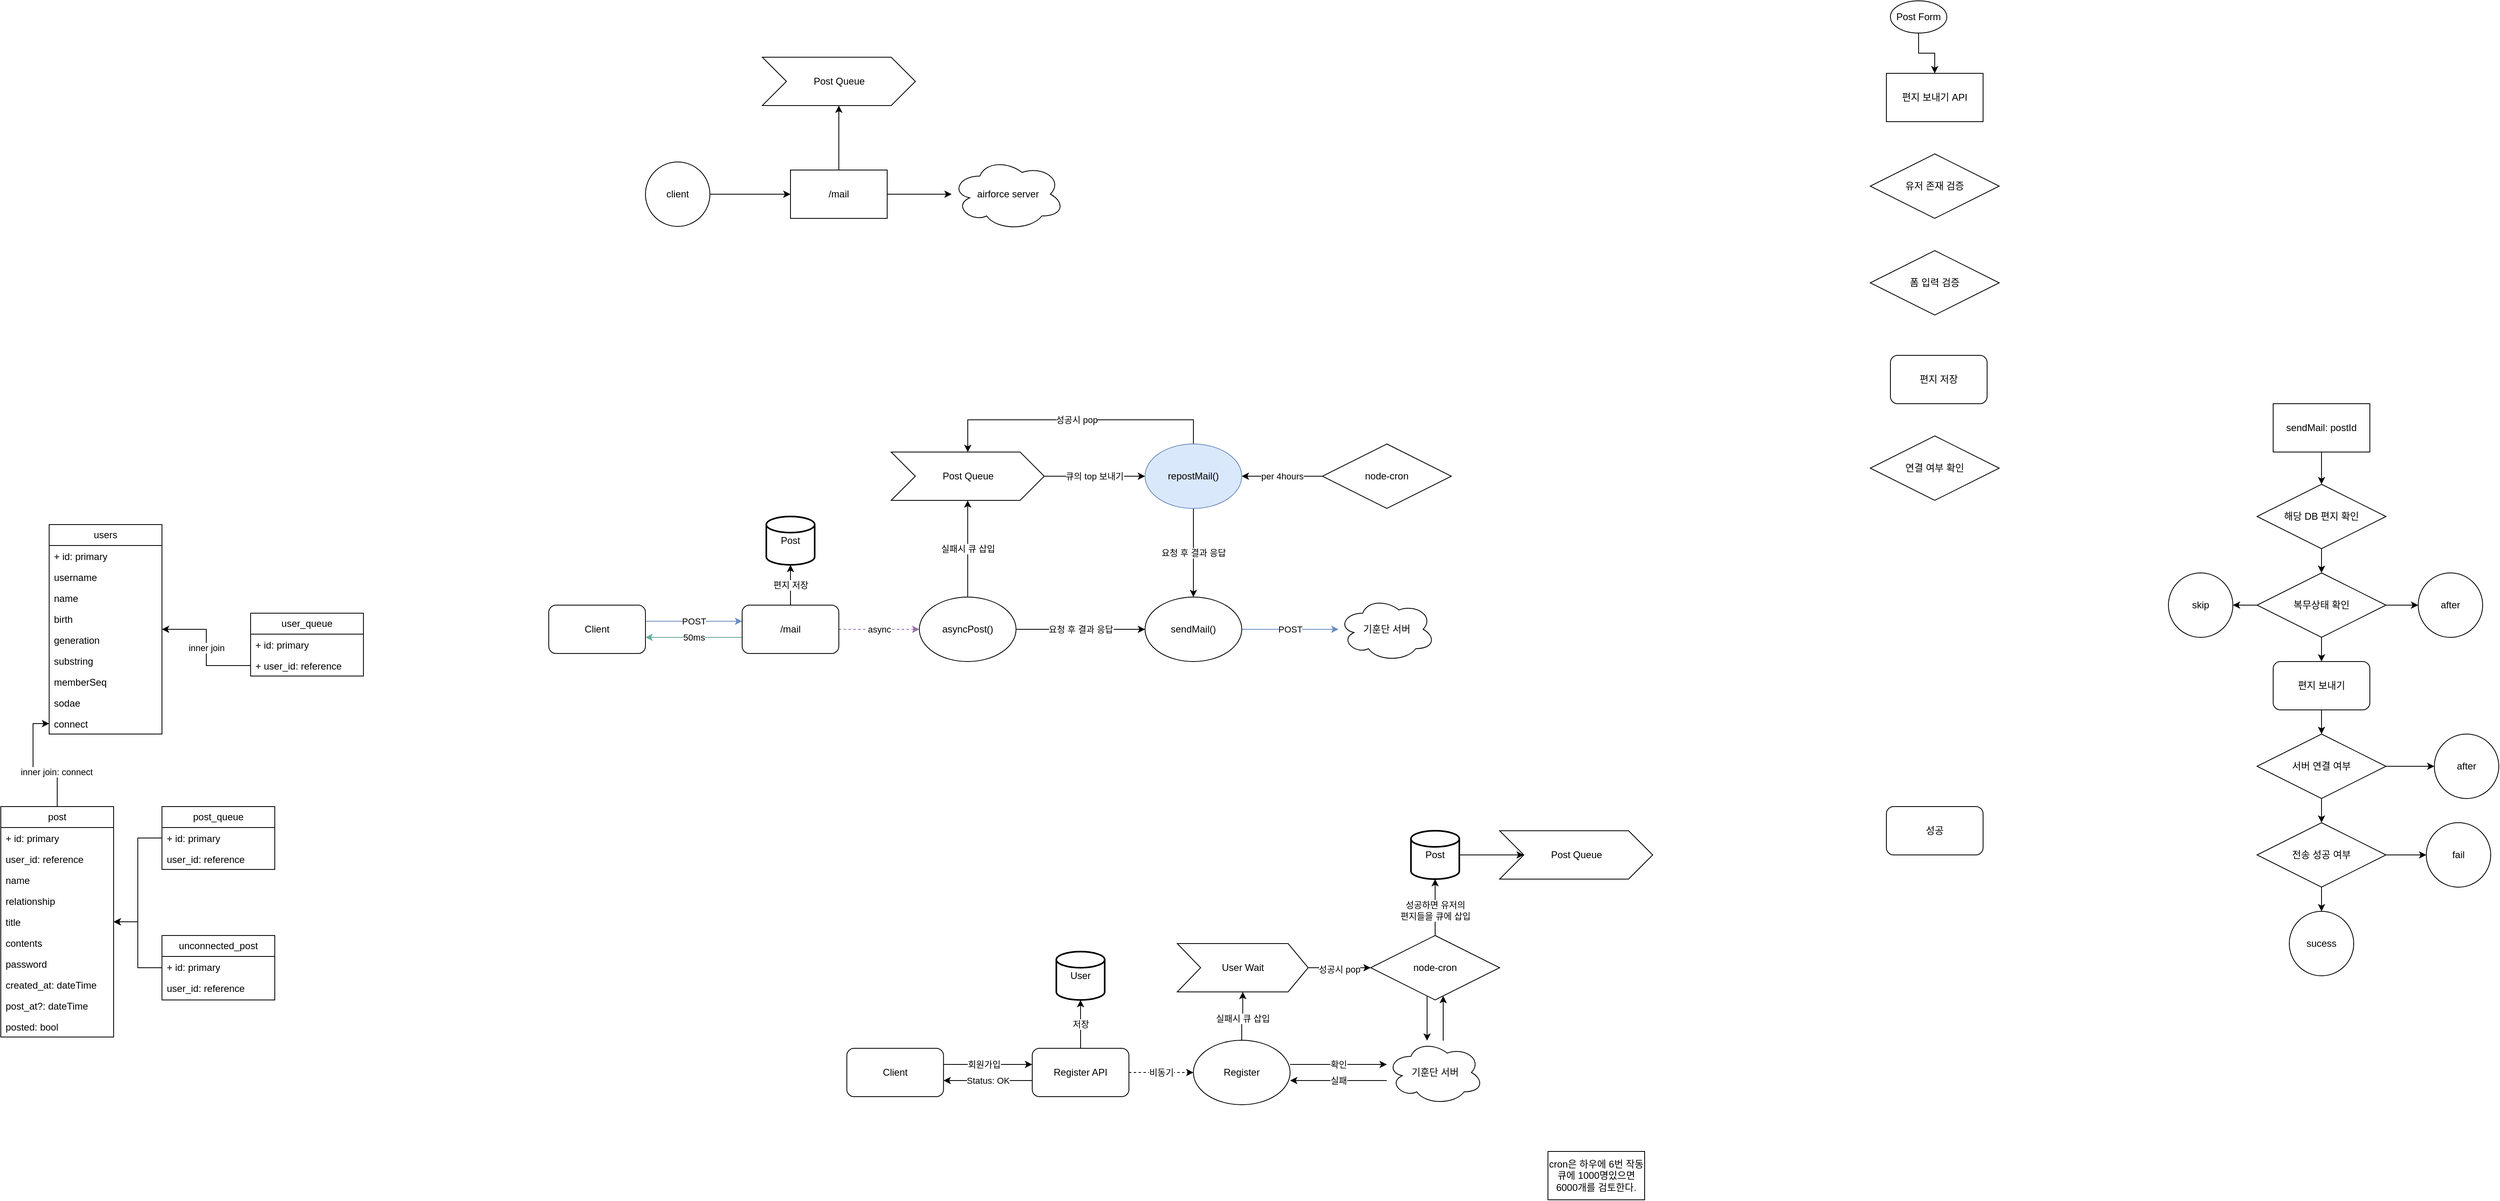
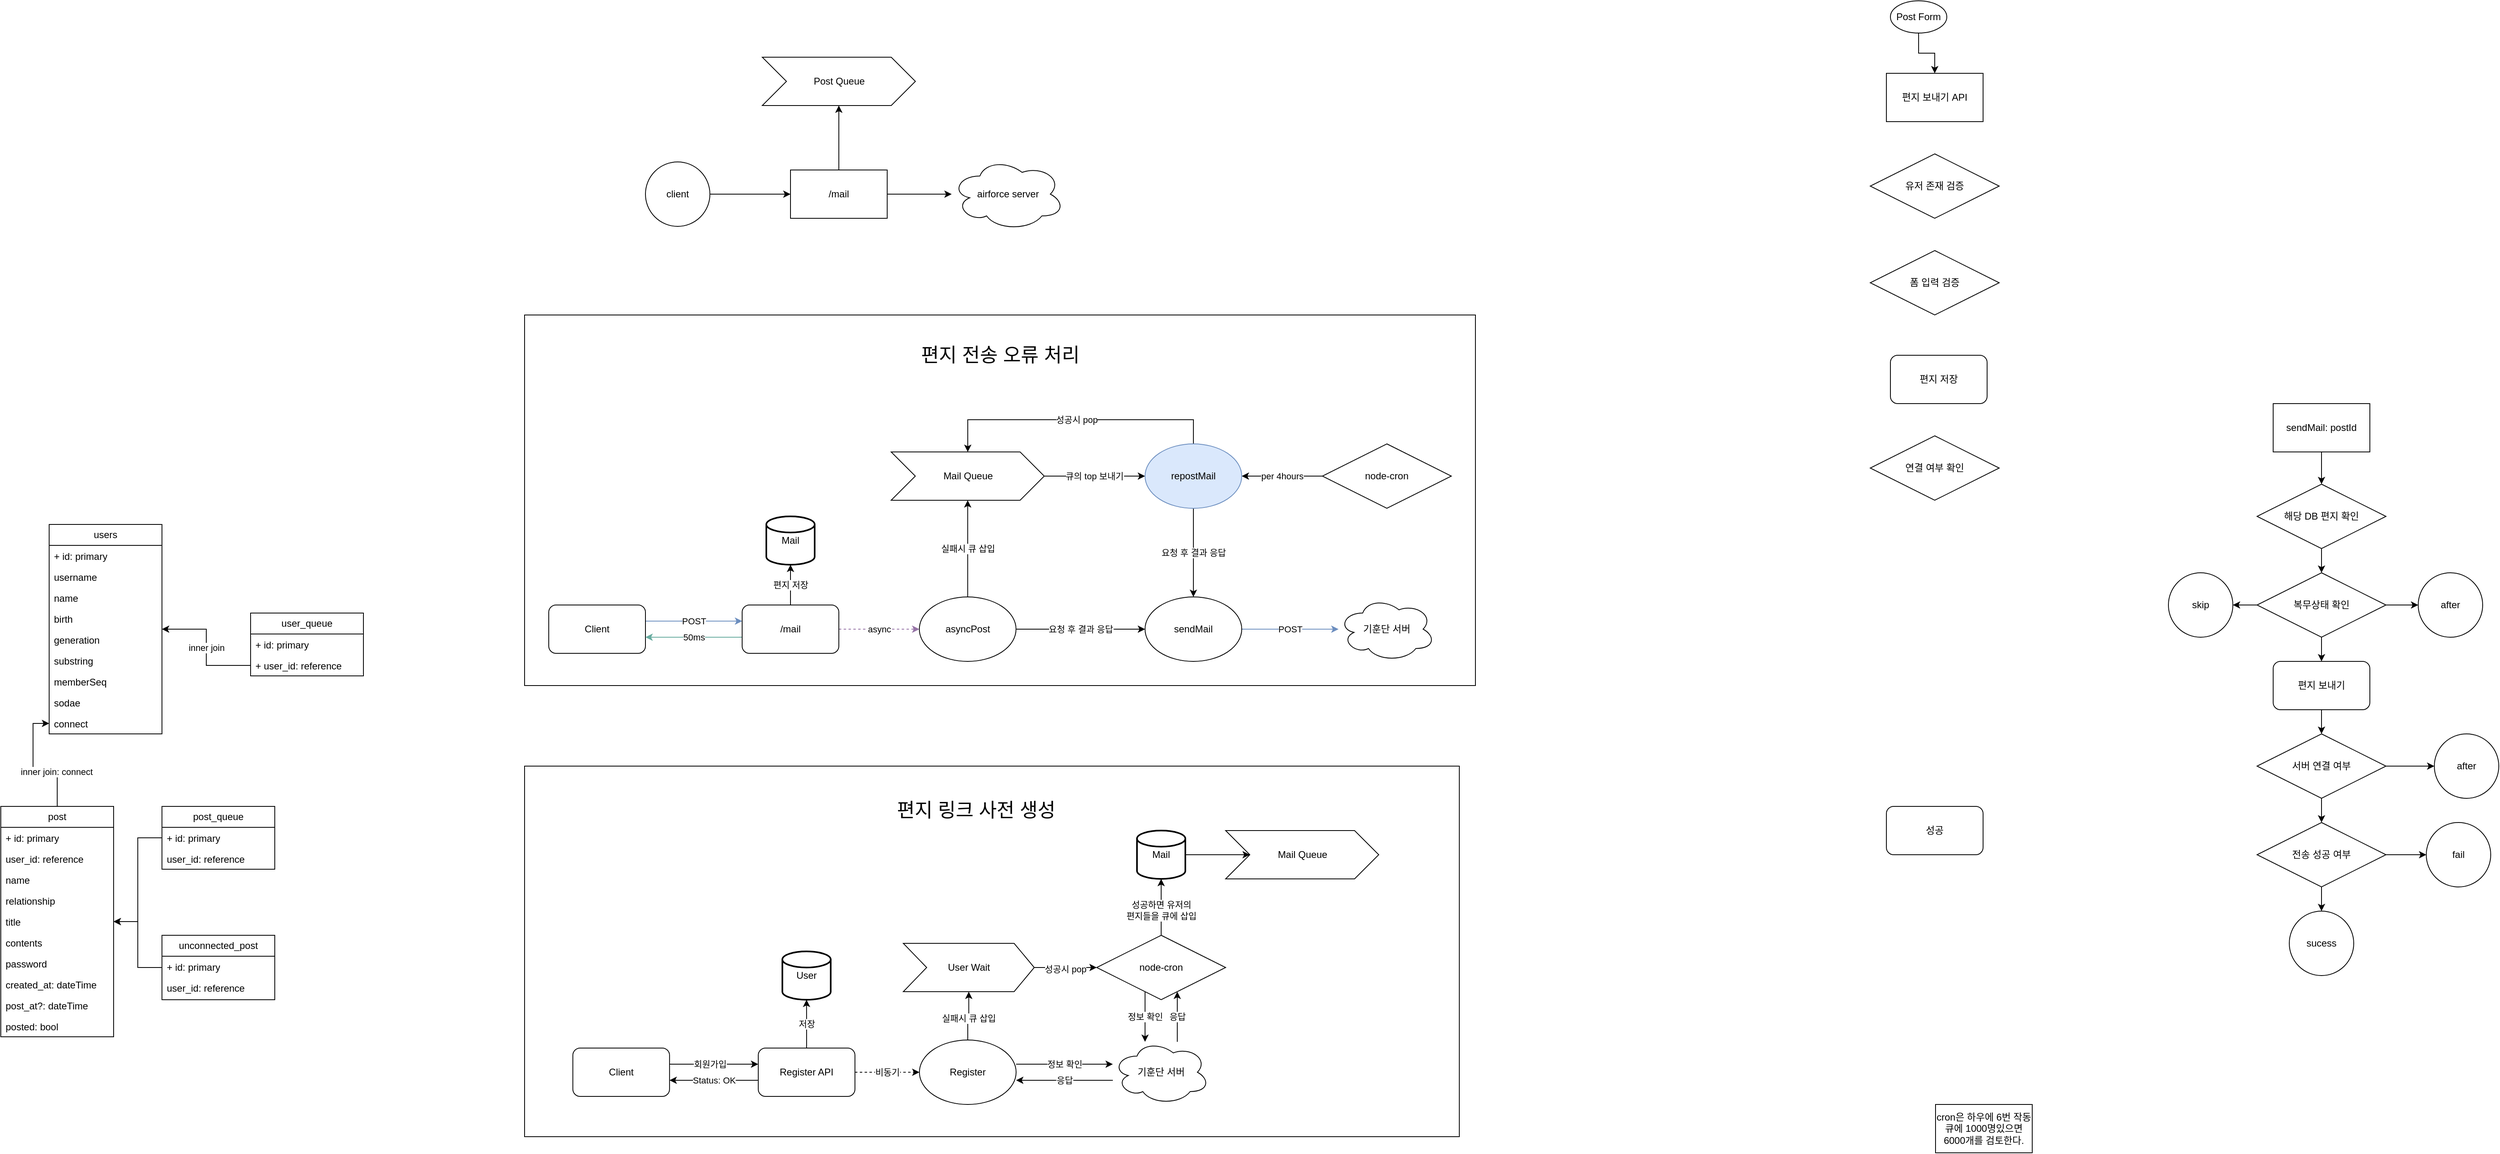
- <mxfile host="app.diagrams.net" modified="2024-04-19T05:51:50.653Z" agent="Mozilla/5.0 (Windows NT 10.0; Win64; x64) AppleWebKit/537.36 (KHTML, like Gecko) Chrome/98.0.4758.102 Safari/537.36" etag="6w4jhZgj-63KZJ7yp9oT" version="24.2.5" type="github">
+ <mxfile host="app.diagrams.net" modified="2024-04-21T07:41:50.986Z" agent="Mozilla/5.0 (Windows NT 10.0; Win64; x64) AppleWebKit/537.36 (KHTML, like Gecko) Chrome/124.0.0.0 Safari/537.36" etag="vN5u7WciTE8FG1vGL8eT" version="24.2.7" type="github">
  <diagram name="페이지-1" id="YYIqQqlZSumYDMB_ZiYN">
-     <mxGraphModel dx="2390" dy="2442" grid="1" gridSize="10" guides="1" tooltips="1" connect="1" arrows="1" fold="1" page="1" pageScale="1" pageWidth="827" pageHeight="1169" math="0" shadow="0">
+     <mxGraphModel dx="1509" dy="1954" grid="1" gridSize="10" guides="1" tooltips="1" connect="1" arrows="1" fold="1" page="1" pageScale="1" pageWidth="827" pageHeight="1169" math="0" shadow="0">
      <root>
        <mxCell id="0" />
        <mxCell id="1" parent="0" />
+         <mxCell id="tpOvkQPWunvHwrgow_rU-3" value="" style="rounded=0;whiteSpace=wrap;html=1;" vertex="1" parent="1">
+           <mxGeometry x="730" y="550" width="1160" height="460" as="geometry" />
+         </mxCell>
+         <mxCell id="tpOvkQPWunvHwrgow_rU-2" value="" style="rounded=0;whiteSpace=wrap;html=1;" vertex="1" parent="1">
+           <mxGeometry x="730" y="-10" width="1180" height="460" as="geometry" />
+         </mxCell>
        <mxCell id="AZsRamwOxZUp80OkMe_C-2" value="users" style="swimlane;fontStyle=0;childLayout=stackLayout;horizontal=1;startSize=26;fillColor=none;horizontalStack=0;resizeParent=1;resizeParentMax=0;resizeLast=0;collapsible=1;marginBottom=0;whiteSpace=wrap;html=1;" parent="1" vertex="1">
          <mxGeometry x="140" y="250" width="140" height="260" as="geometry" />
        </mxCell>
        <mxCell id="AZsRamwOxZUp80OkMe_C-3" value="+ id: primary" style="text;strokeColor=none;fillColor=none;align=left;verticalAlign=top;spacingLeft=4;spacingRight=4;overflow=hidden;rotatable=0;points=[[0,0.5],[1,0.5]];portConstraint=eastwest;whiteSpace=wrap;html=1;" parent="AZsRamwOxZUp80OkMe_C-2" vertex="1">
          <mxGeometry y="26" width="140" height="26" as="geometry" />
        </mxCell>
        <mxCell id="AZsRamwOxZUp80OkMe_C-4" value="username" style="text;strokeColor=none;fillColor=none;align=left;verticalAlign=top;spacingLeft=4;spacingRight=4;overflow=hidden;rotatable=0;points=[[0,0.5],[1,0.5]];portConstraint=eastwest;whiteSpace=wrap;html=1;" parent="AZsRamwOxZUp80OkMe_C-2" vertex="1">
          <mxGeometry y="52" width="140" height="26" as="geometry" />
        </mxCell>
        <mxCell id="AZsRamwOxZUp80OkMe_C-5" value="name" style="text;strokeColor=none;fillColor=none;align=left;verticalAlign=top;spacingLeft=4;spacingRight=4;overflow=hidden;rotatable=0;points=[[0,0.5],[1,0.5]];portConstraint=eastwest;whiteSpace=wrap;html=1;" parent="AZsRamwOxZUp80OkMe_C-2" vertex="1">
          <mxGeometry y="78" width="140" height="26" as="geometry" />
        </mxCell>
        <mxCell id="AZsRamwOxZUp80OkMe_C-10" value="birth" style="text;strokeColor=none;fillColor=none;align=left;verticalAlign=top;spacingLeft=4;spacingRight=4;overflow=hidden;rotatable=0;points=[[0,0.5],[1,0.5]];portConstraint=eastwest;whiteSpace=wrap;html=1;" parent="AZsRamwOxZUp80OkMe_C-2" vertex="1">
          <mxGeometry y="104" width="140" height="26" as="geometry" />
        </mxCell>
        <mxCell id="AZsRamwOxZUp80OkMe_C-11" value="generation" style="text;strokeColor=none;fillColor=none;align=left;verticalAlign=top;spacingLeft=4;spacingRight=4;overflow=hidden;rotatable=0;points=[[0,0.5],[1,0.5]];portConstraint=eastwest;whiteSpace=wrap;html=1;" parent="AZsRamwOxZUp80OkMe_C-2" vertex="1">
          <mxGeometry y="130" width="140" height="26" as="geometry" />
        </mxCell>
        <mxCell id="AZsRamwOxZUp80OkMe_C-12" value="substring" style="text;strokeColor=none;fillColor=none;align=left;verticalAlign=top;spacingLeft=4;spacingRight=4;overflow=hidden;rotatable=0;points=[[0,0.5],[1,0.5]];portConstraint=eastwest;whiteSpace=wrap;html=1;" parent="AZsRamwOxZUp80OkMe_C-2" vertex="1">
          <mxGeometry y="156" width="140" height="26" as="geometry" />
        </mxCell>
        <mxCell id="AZsRamwOxZUp80OkMe_C-15" value="memberSeq" style="text;strokeColor=none;fillColor=none;align=left;verticalAlign=top;spacingLeft=4;spacingRight=4;overflow=hidden;rotatable=0;points=[[0,0.5],[1,0.5]];portConstraint=eastwest;whiteSpace=wrap;html=1;" parent="AZsRamwOxZUp80OkMe_C-2" vertex="1">
          <mxGeometry y="182" width="140" height="26" as="geometry" />
        </mxCell>
        <mxCell id="AZsRamwOxZUp80OkMe_C-14" value="sodae" style="text;strokeColor=none;fillColor=none;align=left;verticalAlign=top;spacingLeft=4;spacingRight=4;overflow=hidden;rotatable=0;points=[[0,0.5],[1,0.5]];portConstraint=eastwest;whiteSpace=wrap;html=1;" parent="AZsRamwOxZUp80OkMe_C-2" vertex="1">
          <mxGeometry y="208" width="140" height="26" as="geometry" />
        </mxCell>
        <mxCell id="AZsRamwOxZUp80OkMe_C-16" value="connect" style="text;strokeColor=none;fillColor=none;align=left;verticalAlign=top;spacingLeft=4;spacingRight=4;overflow=hidden;rotatable=0;points=[[0,0.5],[1,0.5]];portConstraint=eastwest;whiteSpace=wrap;html=1;" parent="AZsRamwOxZUp80OkMe_C-2" vertex="1">
          <mxGeometry y="234" width="140" height="26" as="geometry" />
        </mxCell>
        <mxCell id="AZsRamwOxZUp80OkMe_C-6" value="user_queue" style="swimlane;fontStyle=0;childLayout=stackLayout;horizontal=1;startSize=26;fillColor=none;horizontalStack=0;resizeParent=1;resizeParentMax=0;resizeLast=0;collapsible=1;marginBottom=0;whiteSpace=wrap;html=1;" parent="1" vertex="1">
          <mxGeometry x="390" y="360" width="140" height="78" as="geometry" />
        </mxCell>
        <mxCell id="AZsRamwOxZUp80OkMe_C-18" value="+ id: primary" style="text;strokeColor=none;fillColor=none;align=left;verticalAlign=top;spacingLeft=4;spacingRight=4;overflow=hidden;rotatable=0;points=[[0,0.5],[1,0.5]];portConstraint=eastwest;whiteSpace=wrap;html=1;" parent="AZsRamwOxZUp80OkMe_C-6" vertex="1">
          <mxGeometry y="26" width="140" height="26" as="geometry" />
        </mxCell>
        <mxCell id="AZsRamwOxZUp80OkMe_C-7" value="+ user_id: reference" style="text;strokeColor=none;fillColor=none;align=left;verticalAlign=top;spacingLeft=4;spacingRight=4;overflow=hidden;rotatable=0;points=[[0,0.5],[1,0.5]];portConstraint=eastwest;whiteSpace=wrap;html=1;" parent="AZsRamwOxZUp80OkMe_C-6" vertex="1">
          <mxGeometry y="52" width="140" height="26" as="geometry" />
        </mxCell>
        <mxCell id="AZsRamwOxZUp80OkMe_C-19" value="inner join" style="edgeStyle=orthogonalEdgeStyle;rounded=0;orthogonalLoop=1;jettySize=auto;html=1;" parent="1" source="AZsRamwOxZUp80OkMe_C-7" target="AZsRamwOxZUp80OkMe_C-2" edge="1">
          <mxGeometry relative="1" as="geometry" />
        </mxCell>
        <mxCell id="F6sanjwA14LKa2ckui42-2" style="edgeStyle=orthogonalEdgeStyle;rounded=0;orthogonalLoop=1;jettySize=auto;html=1;" parent="1" source="AZsRamwOxZUp80OkMe_C-20" target="AZsRamwOxZUp80OkMe_C-16" edge="1">
          <mxGeometry relative="1" as="geometry" />
        </mxCell>
        <mxCell id="F6sanjwA14LKa2ckui42-3" value="inner join: connect" style="edgeLabel;html=1;align=center;verticalAlign=middle;resizable=0;points=[];" parent="F6sanjwA14LKa2ckui42-2" vertex="1" connectable="0">
          <mxGeometry x="-0.4284" y="1" relative="1" as="geometry">
            <mxPoint as="offset" />
          </mxGeometry>
        </mxCell>
        <mxCell id="AZsRamwOxZUp80OkMe_C-20" value="post" style="swimlane;fontStyle=0;childLayout=stackLayout;horizontal=1;startSize=26;fillColor=none;horizontalStack=0;resizeParent=1;resizeParentMax=0;resizeLast=0;collapsible=1;marginBottom=0;whiteSpace=wrap;html=1;" parent="1" vertex="1">
          <mxGeometry x="80" y="600" width="140" height="286" as="geometry" />
        </mxCell>
        <mxCell id="AZsRamwOxZUp80OkMe_C-21" value="+ id: primary" style="text;strokeColor=none;fillColor=none;align=left;verticalAlign=top;spacingLeft=4;spacingRight=4;overflow=hidden;rotatable=0;points=[[0,0.5],[1,0.5]];portConstraint=eastwest;whiteSpace=wrap;html=1;" parent="AZsRamwOxZUp80OkMe_C-20" vertex="1">
          <mxGeometry y="26" width="140" height="26" as="geometry" />
        </mxCell>
        <mxCell id="AZsRamwOxZUp80OkMe_C-22" value="user_id: reference" style="text;strokeColor=none;fillColor=none;align=left;verticalAlign=top;spacingLeft=4;spacingRight=4;overflow=hidden;rotatable=0;points=[[0,0.5],[1,0.5]];portConstraint=eastwest;whiteSpace=wrap;html=1;" parent="AZsRamwOxZUp80OkMe_C-20" vertex="1">
          <mxGeometry y="52" width="140" height="26" as="geometry" />
        </mxCell>
        <mxCell id="AZsRamwOxZUp80OkMe_C-23" value="name" style="text;strokeColor=none;fillColor=none;align=left;verticalAlign=top;spacingLeft=4;spacingRight=4;overflow=hidden;rotatable=0;points=[[0,0.5],[1,0.5]];portConstraint=eastwest;whiteSpace=wrap;html=1;" parent="AZsRamwOxZUp80OkMe_C-20" vertex="1">
          <mxGeometry y="78" width="140" height="26" as="geometry" />
        </mxCell>
        <mxCell id="AZsRamwOxZUp80OkMe_C-24" value="relationship" style="text;strokeColor=none;fillColor=none;align=left;verticalAlign=top;spacingLeft=4;spacingRight=4;overflow=hidden;rotatable=0;points=[[0,0.5],[1,0.5]];portConstraint=eastwest;whiteSpace=wrap;html=1;" parent="AZsRamwOxZUp80OkMe_C-20" vertex="1">
          <mxGeometry y="104" width="140" height="26" as="geometry" />
        </mxCell>
        <mxCell id="AZsRamwOxZUp80OkMe_C-25" value="title" style="text;strokeColor=none;fillColor=none;align=left;verticalAlign=top;spacingLeft=4;spacingRight=4;overflow=hidden;rotatable=0;points=[[0,0.5],[1,0.5]];portConstraint=eastwest;whiteSpace=wrap;html=1;" parent="AZsRamwOxZUp80OkMe_C-20" vertex="1">
          <mxGeometry y="130" width="140" height="26" as="geometry" />
        </mxCell>
        <mxCell id="AZsRamwOxZUp80OkMe_C-26" value="contents" style="text;strokeColor=none;fillColor=none;align=left;verticalAlign=top;spacingLeft=4;spacingRight=4;overflow=hidden;rotatable=0;points=[[0,0.5],[1,0.5]];portConstraint=eastwest;whiteSpace=wrap;html=1;" parent="AZsRamwOxZUp80OkMe_C-20" vertex="1">
          <mxGeometry y="156" width="140" height="26" as="geometry" />
        </mxCell>
        <mxCell id="AZsRamwOxZUp80OkMe_C-27" value="password" style="text;strokeColor=none;fillColor=none;align=left;verticalAlign=top;spacingLeft=4;spacingRight=4;overflow=hidden;rotatable=0;points=[[0,0.5],[1,0.5]];portConstraint=eastwest;whiteSpace=wrap;html=1;" parent="AZsRamwOxZUp80OkMe_C-20" vertex="1">
          <mxGeometry y="182" width="140" height="26" as="geometry" />
        </mxCell>
        <mxCell id="AZsRamwOxZUp80OkMe_C-28" value="created_at: dateTime" style="text;strokeColor=none;fillColor=none;align=left;verticalAlign=top;spacingLeft=4;spacingRight=4;overflow=hidden;rotatable=0;points=[[0,0.5],[1,0.5]];portConstraint=eastwest;whiteSpace=wrap;html=1;" parent="AZsRamwOxZUp80OkMe_C-20" vertex="1">
          <mxGeometry y="208" width="140" height="26" as="geometry" />
        </mxCell>
        <mxCell id="AZsRamwOxZUp80OkMe_C-41" value="post_at?: dateTime" style="text;strokeColor=none;fillColor=none;align=left;verticalAlign=top;spacingLeft=4;spacingRight=4;overflow=hidden;rotatable=0;points=[[0,0.5],[1,0.5]];portConstraint=eastwest;whiteSpace=wrap;html=1;" parent="AZsRamwOxZUp80OkMe_C-20" vertex="1">
          <mxGeometry y="234" width="140" height="26" as="geometry" />
        </mxCell>
        <mxCell id="AZsRamwOxZUp80OkMe_C-42" value="posted: bool" style="text;strokeColor=none;fillColor=none;align=left;verticalAlign=top;spacingLeft=4;spacingRight=4;overflow=hidden;rotatable=0;points=[[0,0.5],[1,0.5]];portConstraint=eastwest;whiteSpace=wrap;html=1;" parent="AZsRamwOxZUp80OkMe_C-20" vertex="1">
          <mxGeometry y="260" width="140" height="26" as="geometry" />
        </mxCell>
        <mxCell id="F6sanjwA14LKa2ckui42-4" style="edgeStyle=orthogonalEdgeStyle;rounded=0;orthogonalLoop=1;jettySize=auto;html=1;" parent="1" source="AZsRamwOxZUp80OkMe_C-30" target="AZsRamwOxZUp80OkMe_C-20" edge="1">
          <mxGeometry relative="1" as="geometry" />
        </mxCell>
        <mxCell id="AZsRamwOxZUp80OkMe_C-30" value="post_queue" style="swimlane;fontStyle=0;childLayout=stackLayout;horizontal=1;startSize=26;fillColor=none;horizontalStack=0;resizeParent=1;resizeParentMax=0;resizeLast=0;collapsible=1;marginBottom=0;whiteSpace=wrap;html=1;" parent="1" vertex="1">
          <mxGeometry x="280" y="600" width="140" height="78" as="geometry" />
        </mxCell>
        <mxCell id="AZsRamwOxZUp80OkMe_C-31" value="+ id: primary" style="text;strokeColor=none;fillColor=none;align=left;verticalAlign=top;spacingLeft=4;spacingRight=4;overflow=hidden;rotatable=0;points=[[0,0.5],[1,0.5]];portConstraint=eastwest;whiteSpace=wrap;html=1;" parent="AZsRamwOxZUp80OkMe_C-30" vertex="1">
          <mxGeometry y="26" width="140" height="26" as="geometry" />
        </mxCell>
        <mxCell id="AZsRamwOxZUp80OkMe_C-32" value="user_id: reference" style="text;strokeColor=none;fillColor=none;align=left;verticalAlign=top;spacingLeft=4;spacingRight=4;overflow=hidden;rotatable=0;points=[[0,0.5],[1,0.5]];portConstraint=eastwest;whiteSpace=wrap;html=1;" parent="AZsRamwOxZUp80OkMe_C-30" vertex="1">
          <mxGeometry y="52" width="140" height="26" as="geometry" />
        </mxCell>
        <mxCell id="F6sanjwA14LKa2ckui42-5" style="edgeStyle=orthogonalEdgeStyle;rounded=0;orthogonalLoop=1;jettySize=auto;html=1;" parent="1" source="AZsRamwOxZUp80OkMe_C-46" target="AZsRamwOxZUp80OkMe_C-20" edge="1">
          <mxGeometry relative="1" as="geometry" />
        </mxCell>
        <mxCell id="AZsRamwOxZUp80OkMe_C-46" value="unconnected_post" style="swimlane;fontStyle=0;childLayout=stackLayout;horizontal=1;startSize=26;fillColor=none;horizontalStack=0;resizeParent=1;resizeParentMax=0;resizeLast=0;collapsible=1;marginBottom=0;whiteSpace=wrap;html=1;" parent="1" vertex="1">
          <mxGeometry x="280" y="760" width="140" height="80" as="geometry" />
        </mxCell>
        <mxCell id="AZsRamwOxZUp80OkMe_C-47" value="+ id: primary" style="text;strokeColor=none;fillColor=none;align=left;verticalAlign=top;spacingLeft=4;spacingRight=4;overflow=hidden;rotatable=0;points=[[0,0.5],[1,0.5]];portConstraint=eastwest;whiteSpace=wrap;html=1;" parent="AZsRamwOxZUp80OkMe_C-46" vertex="1">
          <mxGeometry y="26" width="140" height="26" as="geometry" />
        </mxCell>
        <mxCell id="AZsRamwOxZUp80OkMe_C-48" value="user_id: reference" style="text;strokeColor=none;fillColor=none;align=left;verticalAlign=top;spacingLeft=4;spacingRight=4;overflow=hidden;rotatable=0;points=[[0,0.5],[1,0.5]];portConstraint=eastwest;whiteSpace=wrap;html=1;" parent="AZsRamwOxZUp80OkMe_C-46" vertex="1">
          <mxGeometry y="52" width="140" height="28" as="geometry" />
        </mxCell>
-         <mxCell id="wQPPLxiwdvjhVnuzjJRF-10" value="실패시 큐 삽입" style="edgeStyle=orthogonalEdgeStyle;rounded=0;orthogonalLoop=1;jettySize=auto;html=1;" edge="1" parent="1" source="TXcI-fBlLuWAS2TPfB02-1" target="TXcI-fBlLuWAS2TPfB02-9">
-           <mxGeometry relative="1" as="geometry" />
-         </mxCell>
-         <mxCell id="wQPPLxiwdvjhVnuzjJRF-13" value="POST" style="rounded=0;orthogonalLoop=1;jettySize=auto;html=1;startArrow=none;startFill=0;fillColor=#dae8fc;strokeColor=#6c8ebf;" edge="1" parent="1" source="wQPPLxiwdvjhVnuzjJRF-19" target="TXcI-fBlLuWAS2TPfB02-2">
-           <mxGeometry relative="1" as="geometry" />
-         </mxCell>
-         <mxCell id="wQPPLxiwdvjhVnuzjJRF-20" value="요청 후 결과 응답" style="rounded=0;orthogonalLoop=1;jettySize=auto;html=1;edgeStyle=orthogonalEdgeStyle;" edge="1" parent="1" source="TXcI-fBlLuWAS2TPfB02-1" target="wQPPLxiwdvjhVnuzjJRF-19">
-           <mxGeometry relative="1" as="geometry" />
-         </mxCell>
-         <mxCell id="TXcI-fBlLuWAS2TPfB02-1" value="asyncPost()" style="ellipse;whiteSpace=wrap;html=1;" parent="1" vertex="1">
+         <mxCell id="wQPPLxiwdvjhVnuzjJRF-10" value="실패시 큐 삽입" style="edgeStyle=orthogonalEdgeStyle;rounded=0;orthogonalLoop=1;jettySize=auto;html=1;" parent="1" source="TXcI-fBlLuWAS2TPfB02-1" target="TXcI-fBlLuWAS2TPfB02-9" edge="1">
+           <mxGeometry relative="1" as="geometry" />
+         </mxCell>
+         <mxCell id="wQPPLxiwdvjhVnuzjJRF-13" value="POST" style="rounded=0;orthogonalLoop=1;jettySize=auto;html=1;startArrow=none;startFill=0;fillColor=#dae8fc;strokeColor=#6c8ebf;" parent="1" source="wQPPLxiwdvjhVnuzjJRF-19" target="TXcI-fBlLuWAS2TPfB02-2" edge="1">
+           <mxGeometry relative="1" as="geometry" />
+         </mxCell>
+         <mxCell id="wQPPLxiwdvjhVnuzjJRF-20" value="요청 후 결과 응답" style="rounded=0;orthogonalLoop=1;jettySize=auto;html=1;edgeStyle=orthogonalEdgeStyle;" parent="1" source="TXcI-fBlLuWAS2TPfB02-1" target="wQPPLxiwdvjhVnuzjJRF-19" edge="1">
+           <mxGeometry relative="1" as="geometry" />
+         </mxCell>
+         <mxCell id="TXcI-fBlLuWAS2TPfB02-1" value="asyncPost" style="ellipse;whiteSpace=wrap;html=1;" parent="1" vertex="1">
          <mxGeometry x="1219.91" y="340" width="120" height="80" as="geometry" />
        </mxCell>
        <mxCell id="TXcI-fBlLuWAS2TPfB02-2" value="기훈단 서버" style="ellipse;shape=cloud;whiteSpace=wrap;html=1;" parent="1" vertex="1">
          <mxGeometry x="1740.09" y="340" width="120" height="80" as="geometry" />
        </mxCell>
        <mxCell id="TXcI-fBlLuWAS2TPfB02-11" value="큐의 top 보내기" style="edgeStyle=orthogonalEdgeStyle;rounded=0;orthogonalLoop=1;jettySize=auto;html=1;" parent="1" source="TXcI-fBlLuWAS2TPfB02-9" target="wQPPLxiwdvjhVnuzjJRF-23" edge="1">
          <mxGeometry relative="1" as="geometry">
            <mxPoint x="1449.9099999999999" y="220" as="targetPoint" />
            <Array as="points" />
          </mxGeometry>
        </mxCell>
-         <mxCell id="TXcI-fBlLuWAS2TPfB02-9" value="Post Queue" style="html=1;shadow=0;dashed=0;align=center;verticalAlign=middle;shape=mxgraph.arrows2.arrow;dy=0;dx=30;notch=30;" parent="1" vertex="1">
+         <mxCell id="TXcI-fBlLuWAS2TPfB02-9" value="Mail Queue" style="html=1;shadow=0;dashed=0;align=center;verticalAlign=middle;shape=mxgraph.arrows2.arrow;dy=0;dx=30;notch=30;" parent="1" vertex="1">
          <mxGeometry x="1184.91" y="160" width="190" height="60" as="geometry" />
        </mxCell>
        <mxCell id="TXcI-fBlLuWAS2TPfB02-21" value="POST" style="edgeStyle=orthogonalEdgeStyle;rounded=0;orthogonalLoop=1;jettySize=auto;html=1;fillColor=#dae8fc;strokeColor=#6c8ebf;" parent="1" source="TXcI-fBlLuWAS2TPfB02-19" target="TXcI-fBlLuWAS2TPfB02-22" edge="1">
          <mxGeometry relative="1" as="geometry">
            <mxPoint x="970" y="380" as="targetPoint" />
            <Array as="points">
              <mxPoint x="960" y="370" />
              <mxPoint x="960" y="370" />
            </Array>
          </mxGeometry>
        </mxCell>
        <mxCell id="TXcI-fBlLuWAS2TPfB02-19" value="Client" style="rounded=1;whiteSpace=wrap;html=1;" parent="1" vertex="1">
          <mxGeometry x="760" y="350" width="120" height="60" as="geometry" />
        </mxCell>
-         <mxCell id="TXcI-fBlLuWAS2TPfB02-20" value="Post" style="strokeWidth=2;html=1;shape=mxgraph.flowchart.database;whiteSpace=wrap;" parent="1" vertex="1">
+         <mxCell id="TXcI-fBlLuWAS2TPfB02-20" value="Mail" style="strokeWidth=2;html=1;shape=mxgraph.flowchart.database;whiteSpace=wrap;" parent="1" vertex="1">
          <mxGeometry x="1030" y="240" width="60" height="60" as="geometry" />
        </mxCell>
        <mxCell id="TXcI-fBlLuWAS2TPfB02-23" value="편지 저장" style="edgeStyle=orthogonalEdgeStyle;rounded=0;orthogonalLoop=1;jettySize=auto;html=1;" parent="1" source="TXcI-fBlLuWAS2TPfB02-22" target="TXcI-fBlLuWAS2TPfB02-20" edge="1">
          <mxGeometry relative="1" as="geometry" />
        </mxCell>
        <mxCell id="TXcI-fBlLuWAS2TPfB02-24" value="async" style="edgeStyle=orthogonalEdgeStyle;rounded=0;orthogonalLoop=1;jettySize=auto;html=1;dashed=1;fillColor=#e1d5e7;strokeColor=#9673a6;" parent="1" source="TXcI-fBlLuWAS2TPfB02-22" target="TXcI-fBlLuWAS2TPfB02-1" edge="1">
          <mxGeometry relative="1" as="geometry" />
        </mxCell>
        <mxCell id="TXcI-fBlLuWAS2TPfB02-26" value="50ms" style="edgeStyle=orthogonalEdgeStyle;rounded=0;orthogonalLoop=1;jettySize=auto;html=1;strokeColor=#67AB9F;" parent="1" source="TXcI-fBlLuWAS2TPfB02-22" target="TXcI-fBlLuWAS2TPfB02-19" edge="1">
          <mxGeometry relative="1" as="geometry">
            <Array as="points">
              <mxPoint x="960" y="390" />
              <mxPoint x="960" y="390" />
            </Array>
          </mxGeometry>
        </mxCell>
        <mxCell id="TXcI-fBlLuWAS2TPfB02-22" value="/mail" style="rounded=1;whiteSpace=wrap;html=1;" parent="1" vertex="1">
          <mxGeometry x="1000" y="350" width="120" height="60" as="geometry" />
        </mxCell>
-         <mxCell id="wQPPLxiwdvjhVnuzjJRF-21" value="per 4hours" style="rounded=0;orthogonalLoop=1;jettySize=auto;html=1;edgeStyle=orthogonalEdgeStyle;" edge="1" parent="1" source="TXcI-fBlLuWAS2TPfB02-27" target="wQPPLxiwdvjhVnuzjJRF-23">
+         <mxCell id="wQPPLxiwdvjhVnuzjJRF-21" value="per 4hours" style="rounded=0;orthogonalLoop=1;jettySize=auto;html=1;edgeStyle=orthogonalEdgeStyle;" parent="1" source="TXcI-fBlLuWAS2TPfB02-27" target="wQPPLxiwdvjhVnuzjJRF-23" edge="1">
          <mxGeometry relative="1" as="geometry" />
        </mxCell>
        <mxCell id="TXcI-fBlLuWAS2TPfB02-27" value="node-cron" style="rhombus;whiteSpace=wrap;html=1;" parent="1" vertex="1">
          <mxGeometry x="1720.09" y="150" width="160" height="80" as="geometry" />
        </mxCell>
        <mxCell id="TXcI-fBlLuWAS2TPfB02-55" value="&lt;span style=&quot;color: rgb(0, 0, 0); font-family: Helvetica; font-size: 11px; font-style: normal; font-variant-ligatures: normal; font-variant-caps: normal; font-weight: 400; letter-spacing: normal; orphans: 2; text-align: center; text-indent: 0px; text-transform: none; white-space: nowrap; widows: 2; word-spacing: 0px; -webkit-text-stroke-width: 0px; background-color: rgb(255, 255, 255); text-decoration-thickness: initial; text-decoration-style: initial; text-decoration-color: initial; display: inline !important; float: none;&quot;&gt;회원가입&lt;/span&gt;" style="edgeStyle=orthogonalEdgeStyle;rounded=0;orthogonalLoop=1;jettySize=auto;html=1;" parent="1" edge="1">
          <mxGeometry x="-0.0893" relative="1" as="geometry">
-             <mxPoint x="1249.91" y="920" as="sourcePoint" />
-             <mxPoint x="1359.91" y="920" as="targetPoint" />
+             <mxPoint x="909.9100000000001" y="920" as="sourcePoint" />
+             <mxPoint x="1019.9100000000001" y="920" as="targetPoint" />
            <mxPoint as="offset" />
          </mxGeometry>
        </mxCell>
        <mxCell id="TXcI-fBlLuWAS2TPfB02-53" value="Client" style="rounded=1;whiteSpace=wrap;html=1;" parent="1" vertex="1">
-           <mxGeometry x="1129.91" y="900" width="120" height="60" as="geometry" />
+           <mxGeometry x="789.9100000000001" y="900" width="120" height="60" as="geometry" />
        </mxCell>
        <mxCell id="TXcI-fBlLuWAS2TPfB02-57" value="비동기" style="edgeStyle=orthogonalEdgeStyle;rounded=0;orthogonalLoop=1;jettySize=auto;html=1;dashed=1;" parent="1" source="TXcI-fBlLuWAS2TPfB02-54" target="TXcI-fBlLuWAS2TPfB02-56" edge="1">
          <mxGeometry relative="1" as="geometry" />
        </mxCell>
        <mxCell id="TXcI-fBlLuWAS2TPfB02-59" value="Status: OK" style="edgeStyle=orthogonalEdgeStyle;rounded=0;orthogonalLoop=1;jettySize=auto;html=1;" parent="1" edge="1">
          <mxGeometry relative="1" as="geometry">
-             <mxPoint x="1360" y="940" as="sourcePoint" />
-             <mxPoint x="1249.9100000000003" y="940" as="targetPoint" />
+             <mxPoint x="1020" y="940" as="sourcePoint" />
+             <mxPoint x="909.9100000000003" y="940" as="targetPoint" />
          </mxGeometry>
        </mxCell>
        <mxCell id="TXcI-fBlLuWAS2TPfB02-65" value="저장" style="edgeStyle=orthogonalEdgeStyle;rounded=0;orthogonalLoop=1;jettySize=auto;html=1;" parent="1" source="TXcI-fBlLuWAS2TPfB02-54" target="TXcI-fBlLuWAS2TPfB02-64" edge="1">
          <mxGeometry relative="1" as="geometry" />
        </mxCell>
        <mxCell id="TXcI-fBlLuWAS2TPfB02-54" value="Register API" style="rounded=1;whiteSpace=wrap;html=1;" parent="1" vertex="1">
-           <mxGeometry x="1360" y="900" width="120" height="60" as="geometry" />
-         </mxCell>
-         <mxCell id="TXcI-fBlLuWAS2TPfB02-67" value="확인" style="edgeStyle=orthogonalEdgeStyle;rounded=0;orthogonalLoop=1;jettySize=auto;html=1;" parent="1" edge="1">
-           <mxGeometry relative="1" as="geometry">
-             <mxPoint x="1680" y="920" as="sourcePoint" />
-             <mxPoint x="1800" y="920" as="targetPoint" />
+           <mxGeometry x="1020" y="900" width="120" height="60" as="geometry" />
+         </mxCell>
+         <mxCell id="TXcI-fBlLuWAS2TPfB02-67" value="정보 확인" style="edgeStyle=orthogonalEdgeStyle;rounded=0;orthogonalLoop=1;jettySize=auto;html=1;" parent="1" edge="1">
+           <mxGeometry relative="1" as="geometry">
+             <mxPoint x="1340" y="920" as="sourcePoint" />
+             <mxPoint x="1460" y="920" as="targetPoint" />
          </mxGeometry>
        </mxCell>
        <mxCell id="TXcI-fBlLuWAS2TPfB02-69" style="edgeStyle=orthogonalEdgeStyle;rounded=0;orthogonalLoop=1;jettySize=auto;html=1;" parent="1" source="TXcI-fBlLuWAS2TPfB02-56" target="TXcI-fBlLuWAS2TPfB02-61" edge="1">
          <mxGeometry relative="1" as="geometry" />
        </mxCell>
        <mxCell id="y1SOeucjYuMJN-nhCAUV-7" value="실패시 큐 삽입" style="edgeLabel;html=1;align=center;verticalAlign=middle;resizable=0;points=[];" parent="TXcI-fBlLuWAS2TPfB02-69" vertex="1" connectable="0">
          <mxGeometry x="-0.1037" y="-1" relative="1" as="geometry">
            <mxPoint as="offset" />
          </mxGeometry>
        </mxCell>
        <mxCell id="TXcI-fBlLuWAS2TPfB02-56" value="Register" style="ellipse;whiteSpace=wrap;html=1;" parent="1" vertex="1">
-           <mxGeometry x="1560" y="890" width="120" height="80" as="geometry" />
+           <mxGeometry x="1220" y="890" width="120" height="80" as="geometry" />
        </mxCell>
        <mxCell id="TXcI-fBlLuWAS2TPfB02-73" style="edgeStyle=orthogonalEdgeStyle;rounded=0;orthogonalLoop=1;jettySize=auto;html=1;" parent="1" source="TXcI-fBlLuWAS2TPfB02-60" edge="1">
          <mxGeometry relative="1" as="geometry">
-             <mxPoint x="1860" y="690" as="targetPoint" />
+             <mxPoint x="1520" y="690" as="targetPoint" />
          </mxGeometry>
        </mxCell>
        <mxCell id="y1SOeucjYuMJN-nhCAUV-5" value="성공하면 유저의&lt;div&gt;편지들을 큐에 삽입&lt;/div&gt;" style="edgeLabel;html=1;align=center;verticalAlign=middle;resizable=0;points=[];" parent="TXcI-fBlLuWAS2TPfB02-73" vertex="1" connectable="0">
          <mxGeometry x="-0.1119" relative="1" as="geometry">
            <mxPoint as="offset" />
          </mxGeometry>
        </mxCell>
-         <mxCell id="TXcI-fBlLuWAS2TPfB02-74" style="edgeStyle=orthogonalEdgeStyle;rounded=0;orthogonalLoop=1;jettySize=auto;html=1;" parent="1" source="TXcI-fBlLuWAS2TPfB02-60" target="TXcI-fBlLuWAS2TPfB02-66" edge="1">
+         <mxCell id="TXcI-fBlLuWAS2TPfB02-74" value="정보 확인" style="edgeStyle=orthogonalEdgeStyle;rounded=0;orthogonalLoop=1;jettySize=auto;html=1;" parent="1" source="TXcI-fBlLuWAS2TPfB02-60" target="TXcI-fBlLuWAS2TPfB02-66" edge="1">
          <mxGeometry relative="1" as="geometry">
            <Array as="points">
-               <mxPoint x="1850" y="860" />
-               <mxPoint x="1850" y="860" />
+               <mxPoint x="1500" y="860" />
+               <mxPoint x="1500" y="860" />
            </Array>
          </mxGeometry>
        </mxCell>
        <mxCell id="TXcI-fBlLuWAS2TPfB02-60" value="node-cron" style="rhombus;whiteSpace=wrap;html=1;" parent="1" vertex="1">
-           <mxGeometry x="1780" y="760" width="160" height="80" as="geometry" />
+           <mxGeometry x="1440" y="760" width="160" height="80" as="geometry" />
        </mxCell>
        <mxCell id="TXcI-fBlLuWAS2TPfB02-71" style="edgeStyle=orthogonalEdgeStyle;rounded=0;orthogonalLoop=1;jettySize=auto;html=1;" parent="1" source="TXcI-fBlLuWAS2TPfB02-61" target="TXcI-fBlLuWAS2TPfB02-60" edge="1">
          <mxGeometry relative="1" as="geometry" />
        </mxCell>
        <mxCell id="y1SOeucjYuMJN-nhCAUV-8" value="성공시 pop" style="edgeLabel;html=1;align=center;verticalAlign=middle;resizable=0;points=[];" parent="TXcI-fBlLuWAS2TPfB02-71" vertex="1" connectable="0">
          <mxGeometry x="-0.0036" y="-2" relative="1" as="geometry">
            <mxPoint as="offset" />
          </mxGeometry>
        </mxCell>
        <mxCell id="TXcI-fBlLuWAS2TPfB02-61" value="User Wait" style="html=1;shadow=0;dashed=0;align=center;verticalAlign=middle;shape=mxgraph.arrows2.arrow;dy=0;dx=25;notch=29;" parent="1" vertex="1">
-           <mxGeometry x="1540" y="770" width="162.5" height="60" as="geometry" />
+           <mxGeometry x="1200" y="770" width="162.5" height="60" as="geometry" />
        </mxCell>
        <mxCell id="TXcI-fBlLuWAS2TPfB02-64" value="User" style="strokeWidth=2;html=1;shape=mxgraph.flowchart.database;whiteSpace=wrap;" parent="1" vertex="1">
-           <mxGeometry x="1389.91" y="780" width="60" height="60" as="geometry" />
-         </mxCell>
-         <mxCell id="TXcI-fBlLuWAS2TPfB02-68" value="실패" style="edgeStyle=orthogonalEdgeStyle;rounded=0;orthogonalLoop=1;jettySize=auto;html=1;" parent="1" edge="1">
-           <mxGeometry relative="1" as="geometry">
-             <mxPoint x="1800" y="940" as="sourcePoint" />
-             <mxPoint x="1680" y="940" as="targetPoint" />
-           </mxGeometry>
-         </mxCell>
-         <mxCell id="TXcI-fBlLuWAS2TPfB02-75" style="edgeStyle=orthogonalEdgeStyle;rounded=0;orthogonalLoop=1;jettySize=auto;html=1;" parent="1" source="TXcI-fBlLuWAS2TPfB02-66" target="TXcI-fBlLuWAS2TPfB02-60" edge="1">
+           <mxGeometry x="1049.91" y="780" width="60" height="60" as="geometry" />
+         </mxCell>
+         <mxCell id="TXcI-fBlLuWAS2TPfB02-68" value="응답" style="edgeStyle=orthogonalEdgeStyle;rounded=0;orthogonalLoop=1;jettySize=auto;html=1;" parent="1" edge="1">
+           <mxGeometry relative="1" as="geometry">
+             <mxPoint x="1460" y="940" as="sourcePoint" />
+             <mxPoint x="1340" y="940" as="targetPoint" />
+           </mxGeometry>
+         </mxCell>
+         <mxCell id="TXcI-fBlLuWAS2TPfB02-75" value="응답" style="edgeStyle=orthogonalEdgeStyle;rounded=0;orthogonalLoop=1;jettySize=auto;html=1;" parent="1" source="TXcI-fBlLuWAS2TPfB02-66" target="TXcI-fBlLuWAS2TPfB02-60" edge="1">
          <mxGeometry relative="1" as="geometry">
            <Array as="points">
-               <mxPoint x="1870" y="870" />
-               <mxPoint x="1870" y="870" />
+               <mxPoint x="1540" y="860" />
+               <mxPoint x="1540" y="860" />
            </Array>
          </mxGeometry>
        </mxCell>
        <mxCell id="TXcI-fBlLuWAS2TPfB02-66" value="기훈단 서버" style="ellipse;shape=cloud;whiteSpace=wrap;html=1;" parent="1" vertex="1">
-           <mxGeometry x="1800" y="890" width="120" height="80" as="geometry" />
-         </mxCell>
-         <mxCell id="TXcI-fBlLuWAS2TPfB02-76" value="Post Queue" style="html=1;shadow=0;dashed=0;align=center;verticalAlign=middle;shape=mxgraph.arrows2.arrow;dy=0;dx=30;notch=30;" parent="1" vertex="1">
-           <mxGeometry x="1940" y="630" width="190" height="60" as="geometry" />
+           <mxGeometry x="1460" y="890" width="120" height="80" as="geometry" />
+         </mxCell>
+         <mxCell id="TXcI-fBlLuWAS2TPfB02-76" value="Mail Queue" style="html=1;shadow=0;dashed=0;align=center;verticalAlign=middle;shape=mxgraph.arrows2.arrow;dy=0;dx=30;notch=30;" parent="1" vertex="1">
+           <mxGeometry x="1600" y="630" width="190" height="60" as="geometry" />
        </mxCell>
        <mxCell id="TXcI-fBlLuWAS2TPfB02-81" value="cron은 하우에 6번 작동&lt;div&gt;큐에 1000명있으면&lt;/div&gt;&lt;div&gt;6000개를 검토한다.&lt;/div&gt;" style="whiteSpace=wrap;html=1;" parent="1" vertex="1">
-           <mxGeometry x="2000" y="1028" width="120" height="60" as="geometry" />
+           <mxGeometry x="2481" y="970" width="120" height="60" as="geometry" />
        </mxCell>
        <mxCell id="y1SOeucjYuMJN-nhCAUV-4" style="edgeStyle=orthogonalEdgeStyle;rounded=0;orthogonalLoop=1;jettySize=auto;html=1;entryX=0;entryY=0.5;entryDx=30;entryDy=0;entryPerimeter=0;" parent="1" source="y1SOeucjYuMJN-nhCAUV-2" target="TXcI-fBlLuWAS2TPfB02-76" edge="1">
          <mxGeometry relative="1" as="geometry" />
        </mxCell>
-         <mxCell id="y1SOeucjYuMJN-nhCAUV-2" value="Post" style="strokeWidth=2;html=1;shape=mxgraph.flowchart.database;whiteSpace=wrap;" parent="1" vertex="1">
-           <mxGeometry x="1830" y="630" width="60" height="60" as="geometry" />
+         <mxCell id="y1SOeucjYuMJN-nhCAUV-2" value="Mail" style="strokeWidth=2;html=1;shape=mxgraph.flowchart.database;whiteSpace=wrap;" parent="1" vertex="1">
+           <mxGeometry x="1490" y="630" width="60" height="60" as="geometry" />
        </mxCell>
        <mxCell id="6U6_2w2MqQ0kD7e6yzDg-1" value="편지 보내기 API" style="rounded=0;whiteSpace=wrap;html=1;" parent="1" vertex="1">
          <mxGeometry x="2420" y="-310" width="120" height="60" as="geometry" />
        </mxCell>
        <mxCell id="6U6_2w2MqQ0kD7e6yzDg-3" style="edgeStyle=orthogonalEdgeStyle;rounded=0;orthogonalLoop=1;jettySize=auto;html=1;" parent="1" source="6U6_2w2MqQ0kD7e6yzDg-2" target="6U6_2w2MqQ0kD7e6yzDg-1" edge="1">
          <mxGeometry relative="1" as="geometry" />
        </mxCell>
        <mxCell id="6U6_2w2MqQ0kD7e6yzDg-2" value="Post Form" style="ellipse;whiteSpace=wrap;html=1;" parent="1" vertex="1">
          <mxGeometry x="2425" y="-400" width="70" height="40" as="geometry" />
        </mxCell>
        <mxCell id="6U6_2w2MqQ0kD7e6yzDg-4" value="유저 존재 검증" style="rhombus;whiteSpace=wrap;html=1;" parent="1" vertex="1">
          <mxGeometry x="2400" y="-210" width="160" height="80" as="geometry" />
        </mxCell>
        <mxCell id="6U6_2w2MqQ0kD7e6yzDg-5" value="폼 입력 검증" style="rhombus;whiteSpace=wrap;html=1;" parent="1" vertex="1">
          <mxGeometry x="2400" y="-90" width="160" height="80" as="geometry" />
        </mxCell>
        <mxCell id="6U6_2w2MqQ0kD7e6yzDg-6" value="편지 저장" style="rounded=1;whiteSpace=wrap;html=1;" parent="1" vertex="1">
          <mxGeometry x="2425" y="40" width="120" height="60" as="geometry" />
        </mxCell>
        <mxCell id="6U6_2w2MqQ0kD7e6yzDg-7" value="연결 여부 확인" style="rhombus;whiteSpace=wrap;html=1;" parent="1" vertex="1">
          <mxGeometry x="2400" y="140" width="160" height="80" as="geometry" />
        </mxCell>
        <mxCell id="6U6_2w2MqQ0kD7e6yzDg-30" style="edgeStyle=orthogonalEdgeStyle;rounded=0;orthogonalLoop=1;jettySize=auto;html=1;" parent="1" source="6U6_2w2MqQ0kD7e6yzDg-10" target="6U6_2w2MqQ0kD7e6yzDg-40" edge="1">
          <mxGeometry relative="1" as="geometry">
            <mxPoint x="2960" y="410" as="targetPoint" />
            <Array as="points" />
          </mxGeometry>
        </mxCell>
        <mxCell id="6U6_2w2MqQ0kD7e6yzDg-31" style="edgeStyle=orthogonalEdgeStyle;rounded=0;orthogonalLoop=1;jettySize=auto;html=1;" parent="1" source="6U6_2w2MqQ0kD7e6yzDg-10" target="6U6_2w2MqQ0kD7e6yzDg-22" edge="1">
          <mxGeometry relative="1" as="geometry" />
        </mxCell>
        <mxCell id="6U6_2w2MqQ0kD7e6yzDg-33" style="edgeStyle=orthogonalEdgeStyle;rounded=0;orthogonalLoop=1;jettySize=auto;html=1;" parent="1" source="6U6_2w2MqQ0kD7e6yzDg-10" target="6U6_2w2MqQ0kD7e6yzDg-32" edge="1">
          <mxGeometry relative="1" as="geometry" />
        </mxCell>
        <mxCell id="6U6_2w2MqQ0kD7e6yzDg-10" value="복무상태 확인" style="rhombus;whiteSpace=wrap;html=1;" parent="1" vertex="1">
          <mxGeometry x="2880" y="310" width="160" height="80" as="geometry" />
        </mxCell>
        <mxCell id="6U6_2w2MqQ0kD7e6yzDg-35" style="edgeStyle=orthogonalEdgeStyle;rounded=0;orthogonalLoop=1;jettySize=auto;html=1;" parent="1" source="6U6_2w2MqQ0kD7e6yzDg-11" target="6U6_2w2MqQ0kD7e6yzDg-34" edge="1">
          <mxGeometry relative="1" as="geometry" />
        </mxCell>
        <mxCell id="6U6_2w2MqQ0kD7e6yzDg-39" style="edgeStyle=orthogonalEdgeStyle;rounded=0;orthogonalLoop=1;jettySize=auto;html=1;" parent="1" source="6U6_2w2MqQ0kD7e6yzDg-11" target="6U6_2w2MqQ0kD7e6yzDg-36" edge="1">
          <mxGeometry relative="1" as="geometry" />
        </mxCell>
        <mxCell id="6U6_2w2MqQ0kD7e6yzDg-11" value="서버 연결 여부" style="rhombus;whiteSpace=wrap;html=1;" parent="1" vertex="1">
          <mxGeometry x="2880" y="510" width="160" height="80" as="geometry" />
        </mxCell>
        <mxCell id="6U6_2w2MqQ0kD7e6yzDg-12" value="성공" style="rounded=1;whiteSpace=wrap;html=1;" parent="1" vertex="1">
          <mxGeometry x="2420" y="600" width="120" height="60" as="geometry" />
        </mxCell>
        <mxCell id="6U6_2w2MqQ0kD7e6yzDg-16" style="edgeStyle=orthogonalEdgeStyle;rounded=0;orthogonalLoop=1;jettySize=auto;html=1;" parent="1" source="6U6_2w2MqQ0kD7e6yzDg-13" target="6U6_2w2MqQ0kD7e6yzDg-15" edge="1">
          <mxGeometry relative="1" as="geometry" />
        </mxCell>
        <mxCell id="6U6_2w2MqQ0kD7e6yzDg-13" value="sendMail: postId" style="rounded=0;whiteSpace=wrap;html=1;" parent="1" vertex="1">
          <mxGeometry x="2900" y="100" width="120" height="60" as="geometry" />
        </mxCell>
        <mxCell id="6U6_2w2MqQ0kD7e6yzDg-17" style="edgeStyle=orthogonalEdgeStyle;rounded=0;orthogonalLoop=1;jettySize=auto;html=1;" parent="1" source="6U6_2w2MqQ0kD7e6yzDg-15" target="6U6_2w2MqQ0kD7e6yzDg-10" edge="1">
          <mxGeometry relative="1" as="geometry" />
        </mxCell>
        <mxCell id="6U6_2w2MqQ0kD7e6yzDg-15" value="해당 DB 편지 확인" style="rhombus;whiteSpace=wrap;html=1;" parent="1" vertex="1">
          <mxGeometry x="2880" y="200" width="160" height="80" as="geometry" />
        </mxCell>
        <mxCell id="6U6_2w2MqQ0kD7e6yzDg-22" value="after" style="ellipse;whiteSpace=wrap;html=1;aspect=fixed;" parent="1" vertex="1">
          <mxGeometry x="3080" y="310" width="80" height="80" as="geometry" />
        </mxCell>
        <mxCell id="6U6_2w2MqQ0kD7e6yzDg-23" value="sucess" style="ellipse;whiteSpace=wrap;html=1;aspect=fixed;" parent="1" vertex="1">
          <mxGeometry x="2920" y="730" width="80" height="80" as="geometry" />
        </mxCell>
        <mxCell id="6U6_2w2MqQ0kD7e6yzDg-25" value="fail" style="ellipse;whiteSpace=wrap;html=1;aspect=fixed;" parent="1" vertex="1">
          <mxGeometry x="3090" y="620" width="80" height="80" as="geometry" />
        </mxCell>
        <mxCell id="6U6_2w2MqQ0kD7e6yzDg-32" value="skip" style="ellipse;whiteSpace=wrap;html=1;aspect=fixed;" parent="1" vertex="1">
          <mxGeometry x="2770" y="310" width="80" height="80" as="geometry" />
        </mxCell>
        <mxCell id="6U6_2w2MqQ0kD7e6yzDg-34" value="after" style="ellipse;whiteSpace=wrap;html=1;aspect=fixed;" parent="1" vertex="1">
          <mxGeometry x="3100" y="510" width="80" height="80" as="geometry" />
        </mxCell>
        <mxCell id="6U6_2w2MqQ0kD7e6yzDg-37" style="edgeStyle=orthogonalEdgeStyle;rounded=0;orthogonalLoop=1;jettySize=auto;html=1;" parent="1" source="6U6_2w2MqQ0kD7e6yzDg-36" target="6U6_2w2MqQ0kD7e6yzDg-25" edge="1">
          <mxGeometry relative="1" as="geometry" />
        </mxCell>
        <mxCell id="6U6_2w2MqQ0kD7e6yzDg-38" style="edgeStyle=orthogonalEdgeStyle;rounded=0;orthogonalLoop=1;jettySize=auto;html=1;" parent="1" source="6U6_2w2MqQ0kD7e6yzDg-36" target="6U6_2w2MqQ0kD7e6yzDg-23" edge="1">
          <mxGeometry relative="1" as="geometry" />
        </mxCell>
        <mxCell id="6U6_2w2MqQ0kD7e6yzDg-36" value="전송 성공 여부" style="rhombus;whiteSpace=wrap;html=1;" parent="1" vertex="1">
          <mxGeometry x="2880" y="620" width="160" height="80" as="geometry" />
        </mxCell>
        <mxCell id="6U6_2w2MqQ0kD7e6yzDg-42" style="edgeStyle=orthogonalEdgeStyle;rounded=0;orthogonalLoop=1;jettySize=auto;html=1;" parent="1" source="6U6_2w2MqQ0kD7e6yzDg-40" target="6U6_2w2MqQ0kD7e6yzDg-11" edge="1">
          <mxGeometry relative="1" as="geometry" />
        </mxCell>
        <mxCell id="6U6_2w2MqQ0kD7e6yzDg-40" value="편지 보내기" style="rounded=1;whiteSpace=wrap;html=1;" parent="1" vertex="1">
          <mxGeometry x="2900" y="420" width="120" height="60" as="geometry" />
        </mxCell>
-         <mxCell id="wQPPLxiwdvjhVnuzjJRF-7" style="edgeStyle=orthogonalEdgeStyle;rounded=0;orthogonalLoop=1;jettySize=auto;html=1;" edge="1" parent="1" source="wQPPLxiwdvjhVnuzjJRF-2" target="wQPPLxiwdvjhVnuzjJRF-6">
-           <mxGeometry relative="1" as="geometry" />
-         </mxCell>
-         <mxCell id="wQPPLxiwdvjhVnuzjJRF-9" style="edgeStyle=orthogonalEdgeStyle;rounded=0;orthogonalLoop=1;jettySize=auto;html=1;" edge="1" parent="1" source="wQPPLxiwdvjhVnuzjJRF-2" target="wQPPLxiwdvjhVnuzjJRF-8">
-           <mxGeometry relative="1" as="geometry" />
-         </mxCell>
-         <mxCell id="wQPPLxiwdvjhVnuzjJRF-2" value="/mail" style="rounded=0;whiteSpace=wrap;html=1;" vertex="1" parent="1">
+         <mxCell id="wQPPLxiwdvjhVnuzjJRF-7" style="edgeStyle=orthogonalEdgeStyle;rounded=0;orthogonalLoop=1;jettySize=auto;html=1;" parent="1" source="wQPPLxiwdvjhVnuzjJRF-2" target="wQPPLxiwdvjhVnuzjJRF-6" edge="1">
+           <mxGeometry relative="1" as="geometry" />
+         </mxCell>
+         <mxCell id="wQPPLxiwdvjhVnuzjJRF-9" style="edgeStyle=orthogonalEdgeStyle;rounded=0;orthogonalLoop=1;jettySize=auto;html=1;" parent="1" source="wQPPLxiwdvjhVnuzjJRF-2" target="wQPPLxiwdvjhVnuzjJRF-8" edge="1">
+           <mxGeometry relative="1" as="geometry" />
+         </mxCell>
+         <mxCell id="wQPPLxiwdvjhVnuzjJRF-2" value="/mail" style="rounded=0;whiteSpace=wrap;html=1;" parent="1" vertex="1">
          <mxGeometry x="1060" y="-190" width="120" height="60" as="geometry" />
        </mxCell>
-         <mxCell id="wQPPLxiwdvjhVnuzjJRF-5" style="edgeStyle=orthogonalEdgeStyle;rounded=0;orthogonalLoop=1;jettySize=auto;html=1;" edge="1" parent="1" source="wQPPLxiwdvjhVnuzjJRF-4" target="wQPPLxiwdvjhVnuzjJRF-2">
-           <mxGeometry relative="1" as="geometry" />
-         </mxCell>
-         <mxCell id="wQPPLxiwdvjhVnuzjJRF-4" value="client" style="ellipse;whiteSpace=wrap;html=1;aspect=fixed;" vertex="1" parent="1">
+         <mxCell id="wQPPLxiwdvjhVnuzjJRF-5" style="edgeStyle=orthogonalEdgeStyle;rounded=0;orthogonalLoop=1;jettySize=auto;html=1;" parent="1" source="wQPPLxiwdvjhVnuzjJRF-4" target="wQPPLxiwdvjhVnuzjJRF-2" edge="1">
+           <mxGeometry relative="1" as="geometry" />
+         </mxCell>
+         <mxCell id="wQPPLxiwdvjhVnuzjJRF-4" value="client" style="ellipse;whiteSpace=wrap;html=1;aspect=fixed;" parent="1" vertex="1">
          <mxGeometry x="880" y="-200" width="80" height="80" as="geometry" />
        </mxCell>
-         <mxCell id="wQPPLxiwdvjhVnuzjJRF-6" value="Post Queue" style="html=1;shadow=0;dashed=0;align=center;verticalAlign=middle;shape=mxgraph.arrows2.arrow;dy=0;dx=30;notch=30;" vertex="1" parent="1">
+         <mxCell id="wQPPLxiwdvjhVnuzjJRF-6" value="Post Queue" style="html=1;shadow=0;dashed=0;align=center;verticalAlign=middle;shape=mxgraph.arrows2.arrow;dy=0;dx=30;notch=30;" parent="1" vertex="1">
          <mxGeometry x="1025" y="-330" width="190" height="60" as="geometry" />
        </mxCell>
-         <mxCell id="wQPPLxiwdvjhVnuzjJRF-8" value="airforce server" style="ellipse;shape=cloud;whiteSpace=wrap;html=1;" vertex="1" parent="1">
+         <mxCell id="wQPPLxiwdvjhVnuzjJRF-8" value="airforce server" style="ellipse;shape=cloud;whiteSpace=wrap;html=1;" parent="1" vertex="1">
          <mxGeometry x="1260" y="-205" width="140" height="90" as="geometry" />
        </mxCell>
-         <mxCell id="wQPPLxiwdvjhVnuzjJRF-19" value="sendMail()" style="ellipse;whiteSpace=wrap;html=1;" vertex="1" parent="1">
+         <mxCell id="wQPPLxiwdvjhVnuzjJRF-19" value="sendMail" style="ellipse;whiteSpace=wrap;html=1;" parent="1" vertex="1">
          <mxGeometry x="1500" y="340" width="120" height="80" as="geometry" />
        </mxCell>
-         <mxCell id="wQPPLxiwdvjhVnuzjJRF-24" value="요청 후 결과 응답" style="rounded=0;orthogonalLoop=1;jettySize=auto;html=1;edgeStyle=orthogonalEdgeStyle;" edge="1" parent="1" source="wQPPLxiwdvjhVnuzjJRF-23" target="wQPPLxiwdvjhVnuzjJRF-19">
-           <mxGeometry relative="1" as="geometry" />
-         </mxCell>
-         <mxCell id="wQPPLxiwdvjhVnuzjJRF-25" value="성공시 pop" style="edgeStyle=orthogonalEdgeStyle;rounded=0;orthogonalLoop=1;jettySize=auto;html=1;" edge="1" parent="1" source="wQPPLxiwdvjhVnuzjJRF-23" target="TXcI-fBlLuWAS2TPfB02-9">
+         <mxCell id="wQPPLxiwdvjhVnuzjJRF-24" value="요청 후 결과 응답" style="rounded=0;orthogonalLoop=1;jettySize=auto;html=1;edgeStyle=orthogonalEdgeStyle;" parent="1" source="wQPPLxiwdvjhVnuzjJRF-23" target="wQPPLxiwdvjhVnuzjJRF-19" edge="1">
+           <mxGeometry relative="1" as="geometry" />
+         </mxCell>
+         <mxCell id="wQPPLxiwdvjhVnuzjJRF-25" value="성공시 pop" style="edgeStyle=orthogonalEdgeStyle;rounded=0;orthogonalLoop=1;jettySize=auto;html=1;" parent="1" source="wQPPLxiwdvjhVnuzjJRF-23" target="TXcI-fBlLuWAS2TPfB02-9" edge="1">
          <mxGeometry relative="1" as="geometry">
            <Array as="points">
              <mxPoint x="1560" y="120" />
              <mxPoint x="1280" y="120" />
            </Array>
          </mxGeometry>
        </mxCell>
-         <mxCell id="wQPPLxiwdvjhVnuzjJRF-23" value="repostMail()" style="ellipse;whiteSpace=wrap;html=1;fillColor=#dae8fc;strokeColor=#6c8ebf;" vertex="1" parent="1">
+         <mxCell id="wQPPLxiwdvjhVnuzjJRF-23" value="repostMail" style="ellipse;whiteSpace=wrap;html=1;fillColor=#dae8fc;strokeColor=#6c8ebf;" parent="1" vertex="1">
          <mxGeometry x="1500" y="150" width="120" height="80" as="geometry" />
+         </mxCell>
+         <mxCell id="tpOvkQPWunvHwrgow_rU-1" value="편지 전송 오류 처리" style="text;html=1;align=center;verticalAlign=middle;resizable=0;points=[];autosize=1;strokeColor=none;fillColor=none;fontSize=24;" vertex="1" parent="1">
+           <mxGeometry x="1200" y="20" width="240" height="40" as="geometry" />
+         </mxCell>
+         <mxCell id="tpOvkQPWunvHwrgow_rU-4" value="편지 링크 사전 생성" style="text;html=1;align=center;verticalAlign=middle;resizable=0;points=[];autosize=1;strokeColor=none;fillColor=none;fontSize=24;" vertex="1" parent="1">
+           <mxGeometry x="1170" y="585" width="240" height="40" as="geometry" />
        </mxCell>
      </root>
    </mxGraphModel>
  </diagram>
</mxfile>
